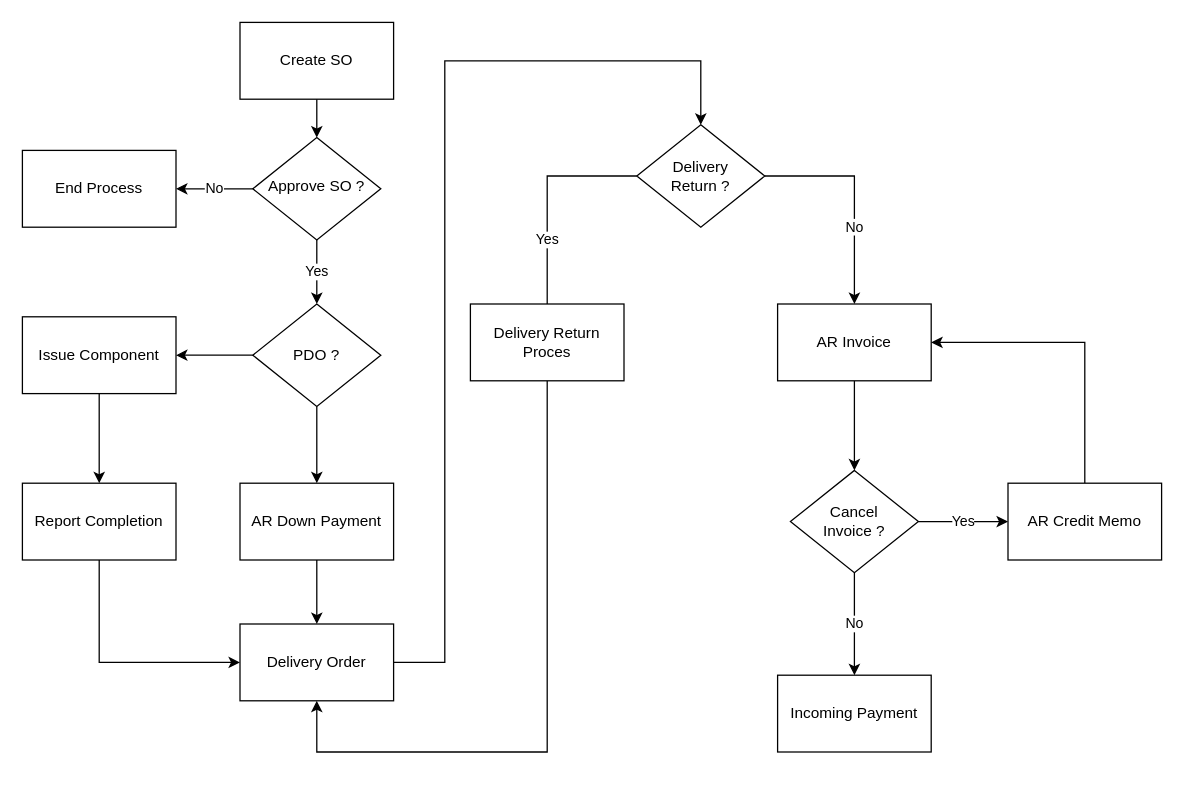
Earlier version of the draw.io diagram Untitled Diagram.drawio (ngulik-bareng/SAP-DiagramFlow). Source tidied: cells renumbered, new cells numbered last; positions are measured from the earlier drawing's top-left corner, leaving out a move shared by most shapes. Both pictures are drawn from the tidied source at 128%, with x=0, y=0 at pixel (22, 22).
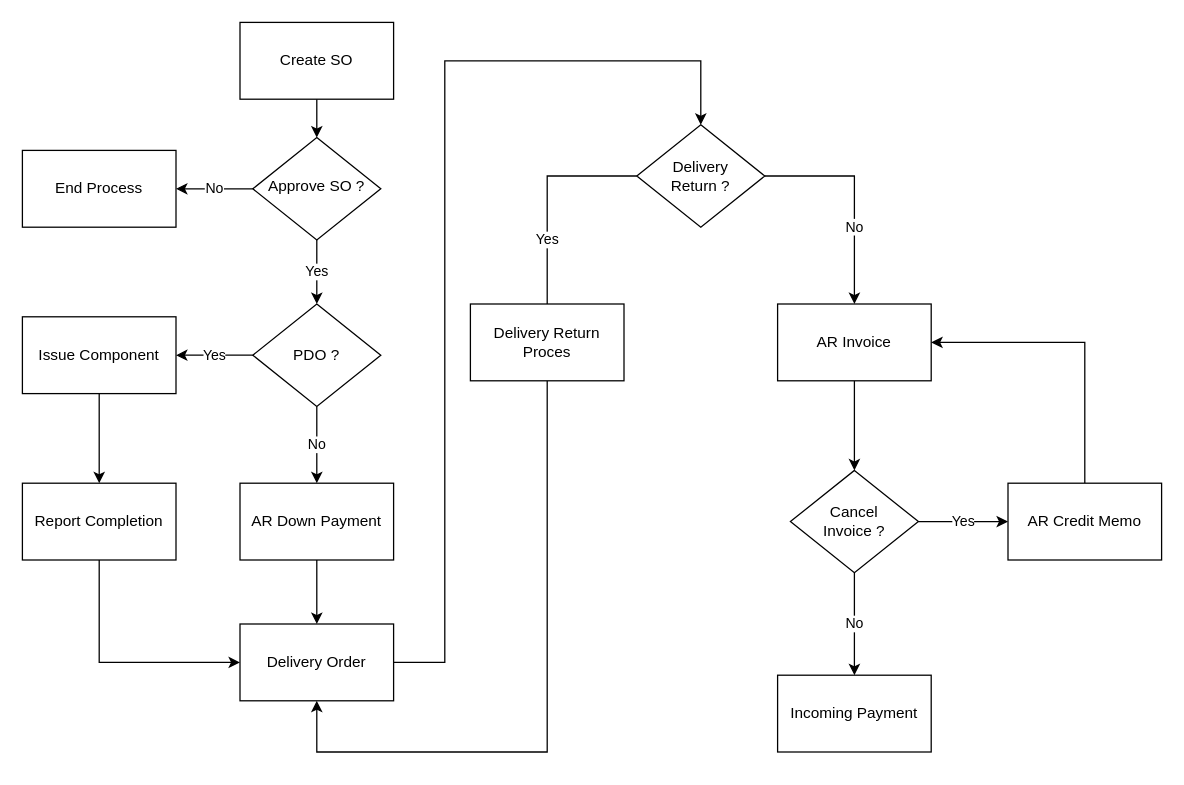
After the change.

The change refers to these unchanged cells:
```xml
<mxCell id="10" value="PDO ?" style="rhombus;whiteSpace=wrap;html=1;" parent="1" vertex="1">
  <mxGeometry x="180" y="220" width="100" height="80" as="geometry" />
</mxCell>
<mxCell id="12" value="Issue Component" style="whiteSpace=wrap;html=1;" parent="1" vertex="1">
  <mxGeometry y="230" width="120" height="60" as="geometry" />
</mxCell>
<mxCell id="16" value="AR Down Payment" style="whiteSpace=wrap;html=1;" parent="1" vertex="1">
  <mxGeometry x="170" y="360" width="120" height="60" as="geometry" />
</mxCell>
```

Diff of the diagram source:
```diff
@@
-    <mxCell id="8" style="edgeStyle=orthogonalEdgeStyle;rounded=0;jettySize=auto;html=1;" parent="1" edge="1" source="10" target="12">
+    <mxCell id="8" value="Yes" style="edgeStyle=orthogonalEdgeStyle;rounded=0;jettySize=auto;html=1;" parent="1" edge="1" source="10" target="12">
       <mxGeometry relative="1" as="geometry" />
     </mxCell>
-    <mxCell id="9" style="edgeStyle=orthogonalEdgeStyle;rounded=0;jettySize=auto;html=1;" parent="1" edge="1" source="10" target="16">
+    <mxCell id="9" value="No" style="edgeStyle=orthogonalEdgeStyle;rounded=0;jettySize=auto;html=1;" parent="1" edge="1" source="10" target="16">
       <mxGeometry relative="1" as="geometry" />
     </mxCell>
```
